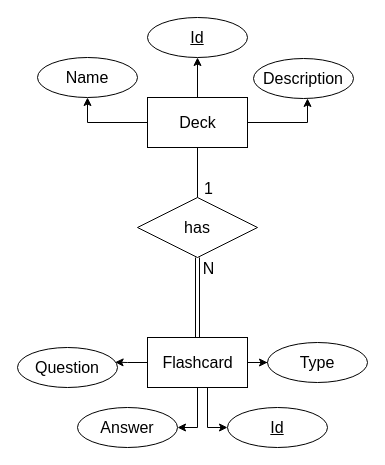
This is Database/ERD.drawio from YousefNasser/Flashcards, a draw.io file, before an edit. Source tidied: cells renumbered, new cells numbered last; positions are measured from the earlier drawing's top-left corner, leaving out a move shared by most shapes. Both pictures are drawn from the tidied source at 100%, with x=0, y=0 at pixel (17, 17).
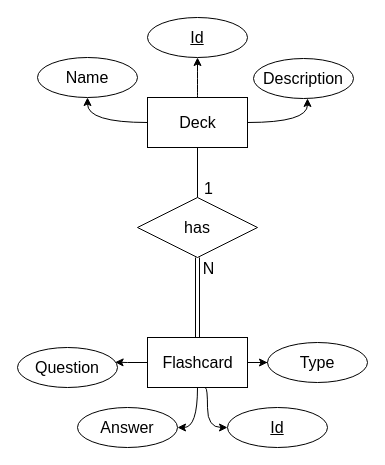
After the change.

Unchanged cells that the change refers to:
```xml
<mxCell id="7" value="&lt;font style=&quot;font-size: 16px;&quot;&gt;Deck&lt;/font&gt;" style="html=1;dashed=0;whitespace=wrap;" parent="1" vertex="1">
  <mxGeometry x="130" y="80" width="100" height="50" as="geometry" />
</mxCell>
<mxCell id="12" value="&lt;font style=&quot;font-size: 16px;&quot;&gt;Flashcard&lt;/font&gt;" style="html=1;dashed=0;whitespace=wrap;" parent="1" vertex="1">
  <mxGeometry x="130" y="320" width="100" height="50" as="geometry" />
</mxCell>
<mxCell id="16" value="&lt;u&gt;Id&lt;/u&gt;" style="ellipse;whiteSpace=wrap;html=1;align=center;fontSize=16;" parent="1" vertex="1">
  <mxGeometry x="130" width="100" height="40" as="geometry" />
</mxCell>
<mxCell id="17" value="Description" style="ellipse;whiteSpace=wrap;html=1;align=center;fontSize=16;" parent="1" vertex="1">
  <mxGeometry x="236" y="41" width="100" height="40" as="geometry" />
</mxCell>
<mxCell id="18" value="Name" style="ellipse;whiteSpace=wrap;html=1;align=center;fontSize=16;" parent="1" vertex="1">
  <mxGeometry x="20" y="40" width="100" height="40" as="geometry" />
</mxCell>
<mxCell id="20" value="&lt;u&gt;Id&lt;/u&gt;" style="ellipse;whiteSpace=wrap;html=1;align=center;fontSize=16;" parent="1" vertex="1">
  <mxGeometry x="210" y="390" width="100" height="40" as="geometry" />
</mxCell>
<mxCell id="21" value="Answer" style="ellipse;whiteSpace=wrap;html=1;align=center;fontSize=16;" parent="1" vertex="1">
  <mxGeometry x="60" y="390" width="100" height="40" as="geometry" />
</mxCell>
```

Change to the diagram source:
```diff
@@
-    <mxCell id="4" style="edgeStyle=orthogonalEdgeStyle;rounded=0;jettySize=auto;html=1;entryX=0.5;entryY=1;entryDx=0;entryDy=0;strokeColor=default;fontSize=16;endArrow=classic;endFill=1;" parent="1" edge="1" source="7" target="16">
+    <mxCell id="4" style="edgeStyle=orthogonalEdgeStyle;jettySize=auto;html=1;entryX=0.5;entryY=1;entryDx=0;entryDy=0;strokeColor=default;fontSize=16;endArrow=classic;endFill=1;curved=1;" parent="1" edge="1" source="7" target="16">
       <mxGeometry relative="1" as="geometry" />
     </mxCell>
-    <mxCell id="5" style="edgeStyle=orthogonalEdgeStyle;rounded=0;jettySize=auto;html=1;strokeColor=default;fontSize=16;endArrow=classic;endFill=1;" parent="1" edge="1" source="7" target="17">
+    <mxCell id="5" style="edgeStyle=orthogonalEdgeStyle;jettySize=auto;html=1;strokeColor=default;fontSize=16;endArrow=classic;endFill=1;curved=1;" parent="1" edge="1" source="7" target="17">
       <mxGeometry relative="1" as="geometry">
         <Array as="points">
           <mxPoint x="290" y="105" />
         </Array>
       </mxGeometry>
     </mxCell>
-    <mxCell id="6" style="edgeStyle=orthogonalEdgeStyle;rounded=0;jettySize=auto;html=1;entryX=0.5;entryY=1;entryDx=0;entryDy=0;strokeColor=default;fontSize=16;endArrow=classic;endFill=1;" parent="1" edge="1" source="7" target="18">
+    <mxCell id="6" style="edgeStyle=orthogonalEdgeStyle;jettySize=auto;html=1;entryX=0.5;entryY=1;entryDx=0;entryDy=0;strokeColor=default;fontSize=16;endArrow=classic;endFill=1;curved=1;" parent="1" edge="1" source="7" target="18">
       <mxGeometry relative="1" as="geometry" />
     </mxCell>
@@
-    <mxCell id="8" style="edgeStyle=orthogonalEdgeStyle;rounded=0;jettySize=auto;html=1;exitX=0.75;exitY=1;exitDx=0;exitDy=0;entryX=0;entryY=0.5;entryDx=0;entryDy=0;strokeColor=default;fontSize=16;endArrow=classic;endFill=1;" parent="1" edge="1" source="12" target="20">
+    <mxCell id="8" style="edgeStyle=orthogonalEdgeStyle;jettySize=auto;html=1;exitX=0.58;exitY=1.01;exitDx=0;exitDy=0;entryX=0;entryY=0.5;entryDx=0;entryDy=0;strokeColor=default;fontSize=16;endArrow=classic;endFill=1;curved=1;exitPerimeter=0;" parent="1" edge="1" source="12" target="20">
       <mxGeometry relative="1" as="geometry">
         <Array as="points">
           <mxPoint x="190" y="370" />
           <mxPoint x="190" y="410" />
         </Array>
       </mxGeometry>
     </mxCell>
-    <mxCell id="9" style="edgeStyle=orthogonalEdgeStyle;rounded=0;jettySize=auto;html=1;exitX=0.5;exitY=1;exitDx=0;exitDy=0;entryX=1;entryY=0.5;entryDx=0;entryDy=0;strokeColor=default;fontSize=16;endArrow=classic;endFill=1;" parent="1" edge="1" source="12" target="21">
+    <mxCell id="9" style="edgeStyle=orthogonalEdgeStyle;jettySize=auto;html=1;exitX=0.5;exitY=1;exitDx=0;exitDy=0;entryX=1;entryY=0.5;entryDx=0;entryDy=0;strokeColor=default;fontSize=16;endArrow=classic;endFill=1;curved=1;" parent="1" edge="1" source="12" target="21">
       <mxGeometry relative="1" as="geometry">
         <Array as="points">
           <mxPoint x="180" y="410" />
         </Array>
       </mxGeometry>
     </mxCell>
```
